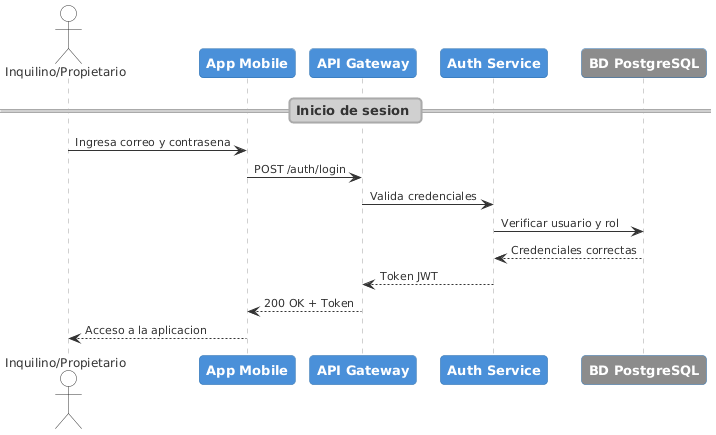
This is assets/img/secuencia2.png from Condomia/Edifika-report, a PlantUML export, as it was before one commit.
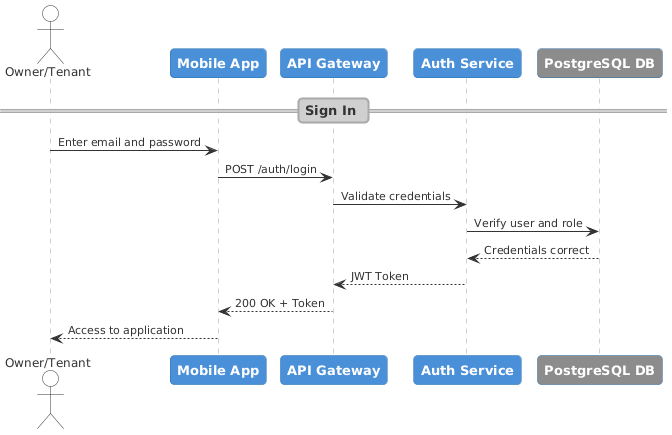
The same diagram one commit later.

What changed in the source:
```diff
@@ -28,19 +28,19 @@
     DividerFontColor #333333
 }
 
-actor "Inquilino/Propietario" as Residente
-participant "App Mobile" as App
+actor "Owner/Tenant" as Resident
+participant "Mobile App" as App
 participant "API Gateway" as Gateway
 participant "Auth Service" as Auth
-participant "BD PostgreSQL" as BD #8C8C8C
+participant "PostgreSQL DB" as BD #8C8C8C
 
-== Inicio de sesion ==
-Residente -> App : Ingresa correo y contrasena
+== Sign In ==
+Resident -> App : Enter email and password
 App -> Gateway : POST /auth/login
-Gateway -> Auth : Valida credenciales
-Auth -> BD : Verificar usuario y rol
-BD --> Auth : Credenciales correctas
-Auth --> Gateway : Token JWT
+Gateway -> Auth : Validate credentials
+Auth -> BD : Verify user and role
+BD --> Auth : Credentials correct
+Auth --> Gateway : JWT Token
 Gateway --> App : 200 OK + Token
-App --> Residente : Acceso a la aplicacion
+App --> Resident : Access to application
 @enduml
```
